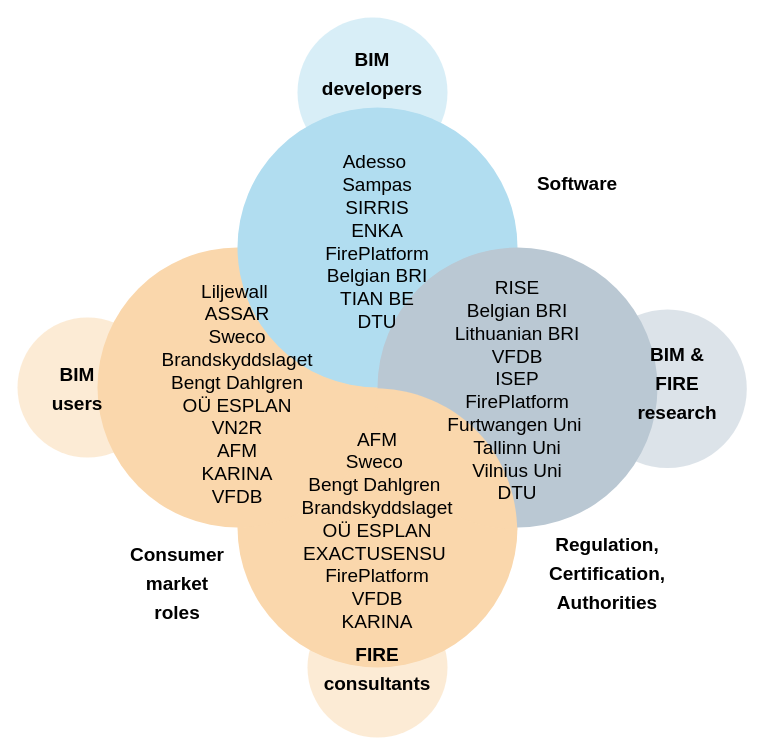
Above: diagram/Partners.drawio in Kristoffernegendahl/fireBIM (draw.io), before the change. Source tidied: cells renumbered, new cells numbered last; positions are measured from the earlier drawing's top-left corner, leaving out a move shared by most shapes. Both pictures are drawn from the tidied source at 100%, with x=0, y=0 at pixel (17, 17).
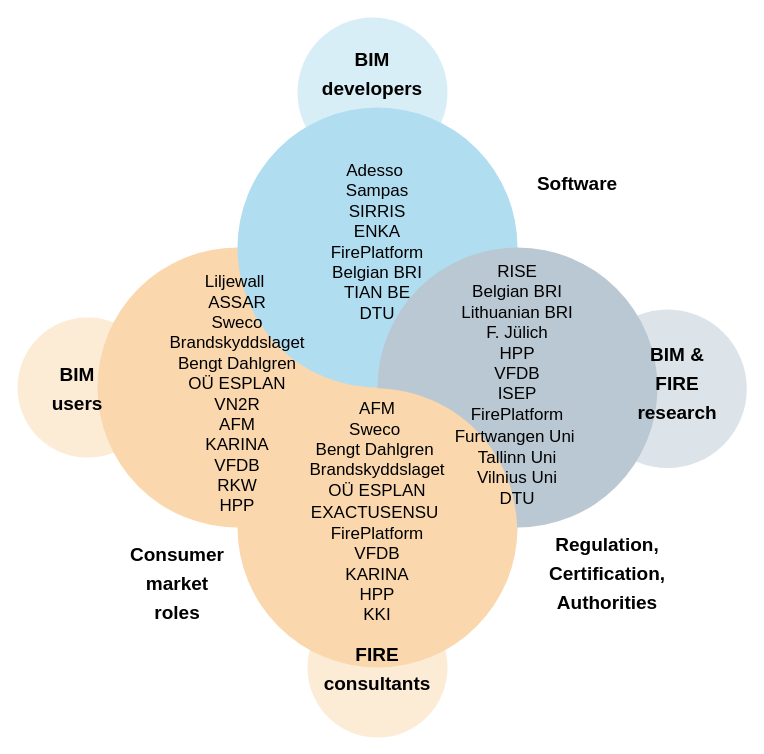
The same page after the edit.

Change to the diagram source:
```diff
@@
-    <mxCell id="15" value="&lt;div&gt;Adesso&amp;nbsp;&lt;/div&gt;&lt;div&gt;Sampas&lt;/div&gt;&lt;div&gt;SIRRIS&lt;/div&gt;&lt;div&gt;&lt;span&gt;ENKA&lt;/span&gt;&lt;/div&gt;&lt;div&gt;FirePlatform&lt;/div&gt;&lt;div&gt;&lt;div&gt;&lt;span&gt;Belgian BRI&lt;/span&gt;&lt;br&gt;&lt;/div&gt;&lt;div&gt;&lt;span&gt;TIAN BE&lt;/span&gt;&lt;/div&gt;&lt;/div&gt;&lt;div&gt;&lt;span&gt;DTU&lt;/span&gt;&lt;/div&gt;" style="text;html=1;strokeColor=none;fillColor=none;align=center;verticalAlign=middle;whiteSpace=wrap;rounded=0;fontSize=19;" parent="1" vertex="1">
+    <mxCell id="15" value="&lt;div style=&quot;font-size: 17px&quot;&gt;&lt;font style=&quot;font-size: 17px&quot;&gt;Adesso&amp;nbsp;&lt;/font&gt;&lt;/div&gt;&lt;div style=&quot;font-size: 17px&quot;&gt;&lt;font style=&quot;font-size: 17px&quot;&gt;Sampas&lt;/font&gt;&lt;/div&gt;&lt;div style=&quot;font-size: 17px&quot;&gt;&lt;font style=&quot;font-size: 17px&quot;&gt;SIRRIS&lt;/font&gt;&lt;/div&gt;&lt;div style=&quot;font-size: 17px&quot;&gt;&lt;span&gt;&lt;font style=&quot;font-size: 17px&quot;&gt;ENKA&lt;/font&gt;&lt;/span&gt;&lt;/div&gt;&lt;div style=&quot;font-size: 17px&quot;&gt;&lt;font style=&quot;font-size: 17px&quot;&gt;FirePlatform&lt;/font&gt;&lt;/div&gt;&lt;div style=&quot;font-size: 17px&quot;&gt;&lt;div&gt;&lt;font style=&quot;font-size: 17px&quot;&gt;&lt;span&gt;Belgian BRI&lt;/span&gt;&lt;br&gt;&lt;/font&gt;&lt;/div&gt;&lt;div&gt;&lt;span&gt;&lt;font style=&quot;font-size: 17px&quot;&gt;TIAN BE&lt;/font&gt;&lt;/span&gt;&lt;/div&gt;&lt;/div&gt;&lt;div style=&quot;font-size: 17px&quot;&gt;&lt;font style=&quot;font-size: 17px&quot;&gt;DTU&lt;/font&gt;&lt;/div&gt;" style="text;html=1;strokeColor=none;fillColor=none;align=center;verticalAlign=middle;whiteSpace=wrap;rounded=0;fontSize=19;" parent="1" vertex="1">
       <mxGeometry x="270" y="140" width="180" height="170" as="geometry" />
     </mxCell>
-    <mxCell id="16" value="RISE&lt;div&gt;&lt;span&gt;Belgian BRI&lt;/span&gt;&lt;br&gt;&lt;/div&gt;&lt;div&gt;Lithuanian BRI&lt;span&gt;&lt;br&gt;&lt;/span&gt;&lt;/div&gt;&lt;div&gt;&lt;span&gt;VFDB&lt;/span&gt;&lt;/div&gt;&lt;div&gt;ISEP&lt;/div&gt;&lt;div&gt;&lt;span&gt;FirePlatform&lt;/span&gt;&lt;/div&gt;Furtwangen Uni&lt;span&gt;&amp;nbsp;&lt;/span&gt;&lt;br&gt;&lt;div&gt;Tallinn Uni&lt;/div&gt;&lt;div&gt;&lt;span&gt;Vilnius Uni&lt;/span&gt;&lt;br&gt;&lt;/div&gt;&lt;div&gt;DTU&lt;/div&gt;&lt;div&gt;&lt;span&gt;&lt;br&gt;&lt;/span&gt;&lt;/div&gt;" style="text;html=1;strokeColor=none;fillColor=none;align=center;verticalAlign=middle;whiteSpace=wrap;rounded=0;fontSize=19;" parent="1" vertex="1">
-      <mxGeometry x="410" y="300" width="180" height="170" as="geometry" />
+    <mxCell id="16" value="&lt;font style=&quot;font-size: 17px&quot;&gt;RISE&lt;/font&gt;&lt;div style=&quot;font-size: 17px&quot;&gt;&lt;font style=&quot;font-size: 17px&quot;&gt;&lt;span&gt;Belgian BRI&lt;/span&gt;&lt;br&gt;&lt;/font&gt;&lt;/div&gt;&lt;div style=&quot;font-size: 17px&quot;&gt;&lt;font style=&quot;font-size: 17px&quot;&gt;Lithuanian BRI&lt;span&gt;&lt;br&gt;&lt;/span&gt;&lt;/font&gt;&lt;/div&gt;&lt;div style=&quot;font-size: 17px&quot;&gt;&lt;font style=&quot;font-size: 17px&quot;&gt;F.&amp;nbsp;Jülich&lt;br&gt;&lt;/font&gt;&lt;/div&gt;&lt;div style=&quot;font-size: 17px&quot;&gt;&lt;font style=&quot;font-size: 17px&quot;&gt;HPP&lt;/font&gt;&lt;/div&gt;&lt;div style=&quot;font-size: 17px&quot;&gt;&lt;span&gt;&lt;font style=&quot;font-size: 17px&quot;&gt;VFDB&lt;/font&gt;&lt;/span&gt;&lt;/div&gt;&lt;div style=&quot;font-size: 17px&quot;&gt;&lt;font style=&quot;font-size: 17px&quot;&gt;ISEP&lt;/font&gt;&lt;/div&gt;&lt;div style=&quot;font-size: 17px&quot;&gt;&lt;span&gt;&lt;font style=&quot;font-size: 17px&quot;&gt;FirePlatform&lt;/font&gt;&lt;/span&gt;&lt;/div&gt;&lt;font style=&quot;font-size: 17px&quot;&gt;Furtwangen Uni&lt;span&gt;&amp;nbsp;&lt;/span&gt;&lt;br&gt;&lt;/font&gt;&lt;div style=&quot;font-size: 17px&quot;&gt;&lt;font style=&quot;font-size: 17px&quot;&gt;Tallinn Uni&lt;/font&gt;&lt;/div&gt;&lt;div style=&quot;font-size: 17px&quot;&gt;&lt;font style=&quot;font-size: 17px&quot;&gt;&lt;span&gt;Vilnius Uni&lt;/span&gt;&lt;br&gt;&lt;/font&gt;&lt;/div&gt;&lt;div style=&quot;font-size: 17px&quot;&gt;&lt;font style=&quot;font-size: 17px&quot;&gt;DTU&lt;/font&gt;&lt;/div&gt;&lt;div style=&quot;font-size: 17px&quot;&gt;&lt;span&gt;&lt;br&gt;&lt;/span&gt;&lt;/div&gt;" style="text;html=1;strokeColor=none;fillColor=none;align=center;verticalAlign=middle;whiteSpace=wrap;rounded=0;fontSize=19;" parent="1" vertex="1">
+      <mxGeometry x="410" y="292" width="180" height="170" as="geometry" />
     </mxCell>
-    <mxCell id="17" value="&lt;div&gt;AFM&lt;/div&gt;&lt;div&gt;Sweco&amp;nbsp;&lt;/div&gt;&lt;div&gt;Bengt Dahlgren&amp;nbsp;&lt;/div&gt;&lt;div&gt;Brandskyddslaget&lt;/div&gt;&lt;div&gt;&lt;span&gt;OÜ ESPLAN&lt;/span&gt;&lt;/div&gt;EXACTUSENSU&amp;nbsp;&lt;br&gt;&lt;div&gt;FirePlatform&lt;/div&gt;&lt;div&gt;VFDB&lt;/div&gt;&lt;div&gt;KARINA&lt;br&gt;&lt;/div&gt;&lt;div&gt;&lt;br&gt;&lt;/div&gt;" style="text;html=1;strokeColor=none;fillColor=none;align=center;verticalAlign=middle;whiteSpace=wrap;rounded=0;fontSize=19;" parent="1" vertex="1">
-      <mxGeometry x="270" y="440" width="180" height="170" as="geometry" />
+    <mxCell id="17" value="&lt;div style=&quot;font-size: 17px&quot;&gt;&lt;font style=&quot;font-size: 17px&quot;&gt;AFM&lt;/font&gt;&lt;/div&gt;&lt;div style=&quot;font-size: 17px&quot;&gt;&lt;font style=&quot;font-size: 17px&quot;&gt;Sweco&amp;nbsp;&lt;/font&gt;&lt;/div&gt;&lt;div style=&quot;font-size: 17px&quot;&gt;&lt;font style=&quot;font-size: 17px&quot;&gt;Bengt Dahlgren&amp;nbsp;&lt;/font&gt;&lt;/div&gt;&lt;div style=&quot;font-size: 17px&quot;&gt;&lt;font style=&quot;font-size: 17px&quot;&gt;Brandskyddslaget&lt;/font&gt;&lt;/div&gt;&lt;div style=&quot;font-size: 17px&quot;&gt;&lt;span&gt;&lt;font style=&quot;font-size: 17px&quot;&gt;OÜ ESPLAN&lt;/font&gt;&lt;/span&gt;&lt;/div&gt;&lt;font style=&quot;font-size: 17px&quot;&gt;EXACTUSENSU&amp;nbsp;&lt;br&gt;&lt;/font&gt;&lt;div style=&quot;font-size: 17px&quot;&gt;&lt;font style=&quot;font-size: 17px&quot;&gt;FirePlatform&lt;/font&gt;&lt;/div&gt;&lt;div style=&quot;font-size: 17px&quot;&gt;&lt;font style=&quot;font-size: 17px&quot;&gt;VFDB&lt;/font&gt;&lt;/div&gt;&lt;div style=&quot;font-size: 17px&quot;&gt;&lt;font style=&quot;font-size: 17px&quot;&gt;KARINA&lt;br&gt;&lt;/font&gt;&lt;/div&gt;&lt;div style=&quot;font-size: 17px&quot;&gt;&lt;font style=&quot;font-size: 17px&quot;&gt;HPP&lt;/font&gt;&lt;/div&gt;&lt;div style=&quot;font-size: 17px&quot;&gt;&lt;font style=&quot;font-size: 17px&quot;&gt;KKI&lt;/font&gt;&lt;/div&gt;" style="text;html=1;strokeColor=none;fillColor=none;align=center;verticalAlign=middle;whiteSpace=wrap;rounded=0;fontSize=19;" parent="1" vertex="1">
+      <mxGeometry x="270" y="410" width="180" height="170" as="geometry" />
     </mxCell>
-    <mxCell id="18" value="&lt;div&gt;&lt;div&gt;Liljewall&amp;nbsp;&lt;/div&gt;&lt;div&gt;ASSAR&lt;/div&gt;&lt;/div&gt;&lt;div&gt;Sweco&lt;/div&gt;&lt;div&gt;Brandskyddslaget&lt;br&gt;&lt;/div&gt;&lt;div&gt;Bengt Dahlgren&lt;/div&gt;&lt;div&gt;OÜ ESPLAN&lt;br&gt;&lt;/div&gt;&lt;div&gt;VN2R&lt;br&gt;&lt;/div&gt;&lt;div&gt;AFM&lt;/div&gt;&lt;div&gt;KARINA&lt;/div&gt;&lt;div&gt;VFDB&lt;br&gt;&lt;/div&gt;" style="text;html=1;strokeColor=none;fillColor=none;align=center;verticalAlign=middle;whiteSpace=wrap;rounded=0;fontSize=19;" parent="1" vertex="1">
+    <mxCell id="18" value="&lt;div style=&quot;font-size: 17px&quot;&gt;&lt;div&gt;&lt;font style=&quot;font-size: 17px&quot;&gt;Liljewall&amp;nbsp;&lt;/font&gt;&lt;/div&gt;&lt;div&gt;&lt;font style=&quot;font-size: 17px&quot;&gt;ASSAR&lt;/font&gt;&lt;/div&gt;&lt;/div&gt;&lt;div style=&quot;font-size: 17px&quot;&gt;&lt;font style=&quot;font-size: 17px&quot;&gt;Sweco&lt;/font&gt;&lt;/div&gt;&lt;div style=&quot;font-size: 17px&quot;&gt;&lt;font style=&quot;font-size: 17px&quot;&gt;Brandskyddslaget&lt;br&gt;&lt;/font&gt;&lt;/div&gt;&lt;div style=&quot;font-size: 17px&quot;&gt;&lt;font style=&quot;font-size: 17px&quot;&gt;Bengt Dahlgren&lt;/font&gt;&lt;/div&gt;&lt;div style=&quot;font-size: 17px&quot;&gt;&lt;font style=&quot;font-size: 17px&quot;&gt;OÜ ESPLAN&lt;br&gt;&lt;/font&gt;&lt;/div&gt;&lt;div style=&quot;font-size: 17px&quot;&gt;&lt;font style=&quot;font-size: 17px&quot;&gt;VN2R&lt;br&gt;&lt;/font&gt;&lt;/div&gt;&lt;div style=&quot;font-size: 17px&quot;&gt;&lt;font style=&quot;font-size: 17px&quot;&gt;AFM&lt;/font&gt;&lt;/div&gt;&lt;div style=&quot;font-size: 17px&quot;&gt;&lt;font style=&quot;font-size: 17px&quot;&gt;KARINA&lt;/font&gt;&lt;/div&gt;&lt;div style=&quot;font-size: 17px&quot;&gt;&lt;font style=&quot;font-size: 17px&quot;&gt;VFDB&lt;br&gt;&lt;/font&gt;&lt;/div&gt;&lt;div style=&quot;font-size: 17px&quot;&gt;&lt;font style=&quot;font-size: 17px&quot;&gt;RKW&lt;/font&gt;&lt;/div&gt;&lt;div style=&quot;font-size: 17px&quot;&gt;&lt;font style=&quot;font-size: 17px&quot;&gt;HPP&lt;/font&gt;&lt;/div&gt;" style="text;html=1;strokeColor=none;fillColor=none;align=center;verticalAlign=middle;whiteSpace=wrap;rounded=0;fontSize=19;" parent="1" vertex="1">
       <mxGeometry x="130" y="292" width="180" height="170" as="geometry" />
     </mxCell>
```
